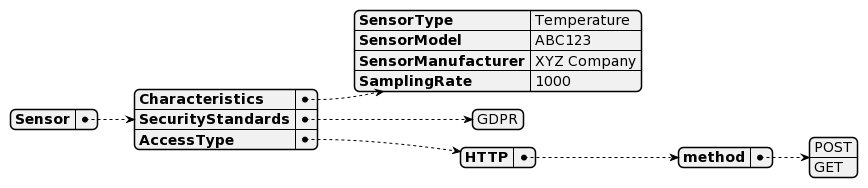
The PlantUML diagram models/examples/img/flavor-types/sensor.png in SteGala/REAR-data-models, before a commit.
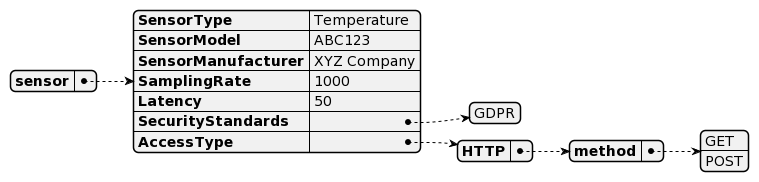
After the commit.

The edit, as a diff of the source:
```diff
@@ -1,16 +1,20 @@
 @startjson
 {
-  "Sensor": {
-    "Characteristics": {
-      "SensorType": "Temperature",
-      "SensorModel": "ABC123",
-      "SensorManufacturer": "XYZ Company",
-      "SamplingRate": 1000
-    },
-    "SecurityStandards": ["GDPR"],
+  "sensor": {
+    "SensorType": "Temperature",
+    "SensorModel": "ABC123",
+    "SensorManufacturer": "XYZ Company",
+    "SamplingRate": 1000,
+    "Latency": 50,
+    "SecurityStandards": [
+      "GDPR"
+    ],
     "AccessType": {
       "HTTP": {
-        "method": ["POST", "GET"]
+        "method": [
+          "GET",
+          "POST"
+        ]
       }
     }
   }
```
